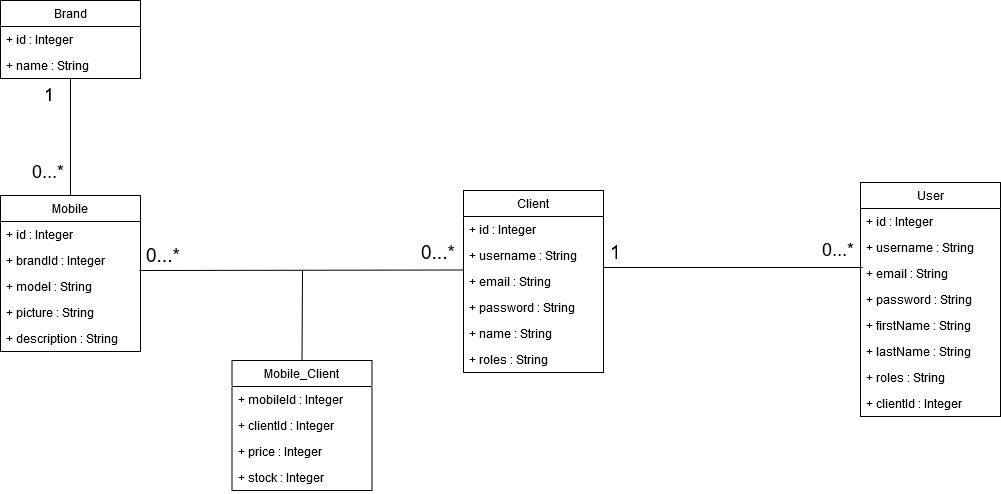
Above: UML/Classes/diagramme_classes.png in quentinboinet/bilemo (draw.io), before the change. Source tidied: cells renumbered, new cells last; positions are measured from the earlier drawing's top-left corner, leaving out a move shared by most shapes.
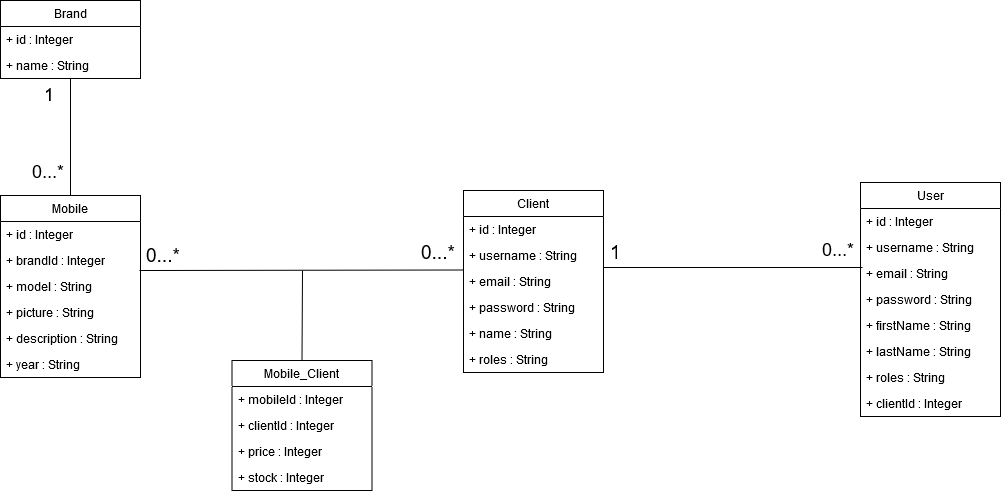
After the change.

Diff of the diagram source:
```diff
@@ -24,7 +24,7 @@
       <mxGeometry y="156" width="140" height="26" as="geometry" />
     </mxCell>
     <mxCell id="9" value="Mobile" style="swimlane;fontStyle=0;horizontal=1;startSize=26;fillColor=none;" parent="1" vertex="1">
-      <mxGeometry y="195" width="140" height="156" as="geometry" />
+      <mxGeometry y="195" width="140" height="182" as="geometry" />
     </mxCell>
     <mxCell id="10" value="+ id : Integer" style="text;strokeColor=none;fillColor=none;align=left;verticalAlign=top;spacingLeft=4;spacingRight=4;overflow=hidden;" parent="9" vertex="1">
       <mxGeometry y="26" width="140" height="26" as="geometry" />
@@ -41,6 +41,9 @@
     <mxCell id="14" value="+ description : String" style="text;strokeColor=none;fillColor=none;align=left;verticalAlign=top;spacingLeft=4;spacingRight=4;overflow=hidden;" parent="9" vertex="1">
       <mxGeometry y="130" width="140" height="26" as="geometry" />
     </mxCell>
+    <mxCell id="42" value="+ year : String" style="text;strokeColor=none;fillColor=none;align=left;verticalAlign=top;spacingLeft=4;spacingRight=4;overflow=hidden;" parent="9" vertex="1">
+      <mxGeometry y="156" width="140" height="26" as="geometry" />
+    </mxCell>
     <mxCell id="15" style="endArrow=none;html=1;endSize=12;startArrow=none;startSize=14;startFill=0;exitX=0.979;exitY=0.077;exitDx=0;exitDy=0;endFill=0;exitPerimeter=0;entryX=0;entryY=1.077;entryDx=0;entryDy=0;entryPerimeter=0;" parent="1" edge="1">
       <mxGeometry x="0.12" y="41" relative="1" as="geometry">
         <mxPoint x="603" y="267" as="sourcePoint" />
```
